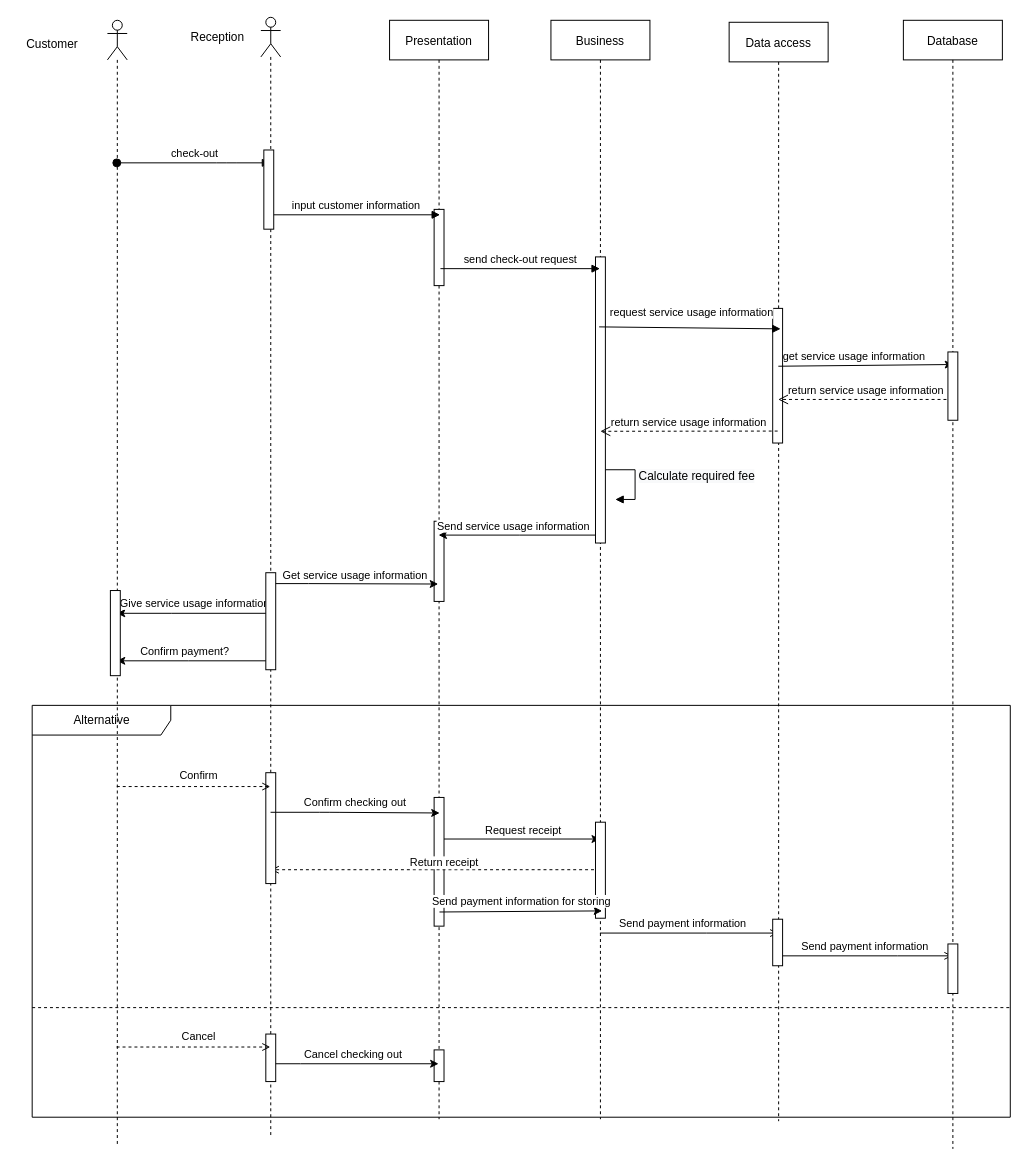
Before: page "Check out" (1 of 4) of Diagram/Sequence Diagram.drawio in jonathanha52/SE104.L23.PMCL, a draw.io diagram. Source tidied: cells renumbered, new cells numbered last; positions are measured from the earlier drawing's top-left corner, leaving out a move shared by most shapes. Both pictures are drawn from the tidied source at 99%, with x=0, y=0 at pixel (17, 17).
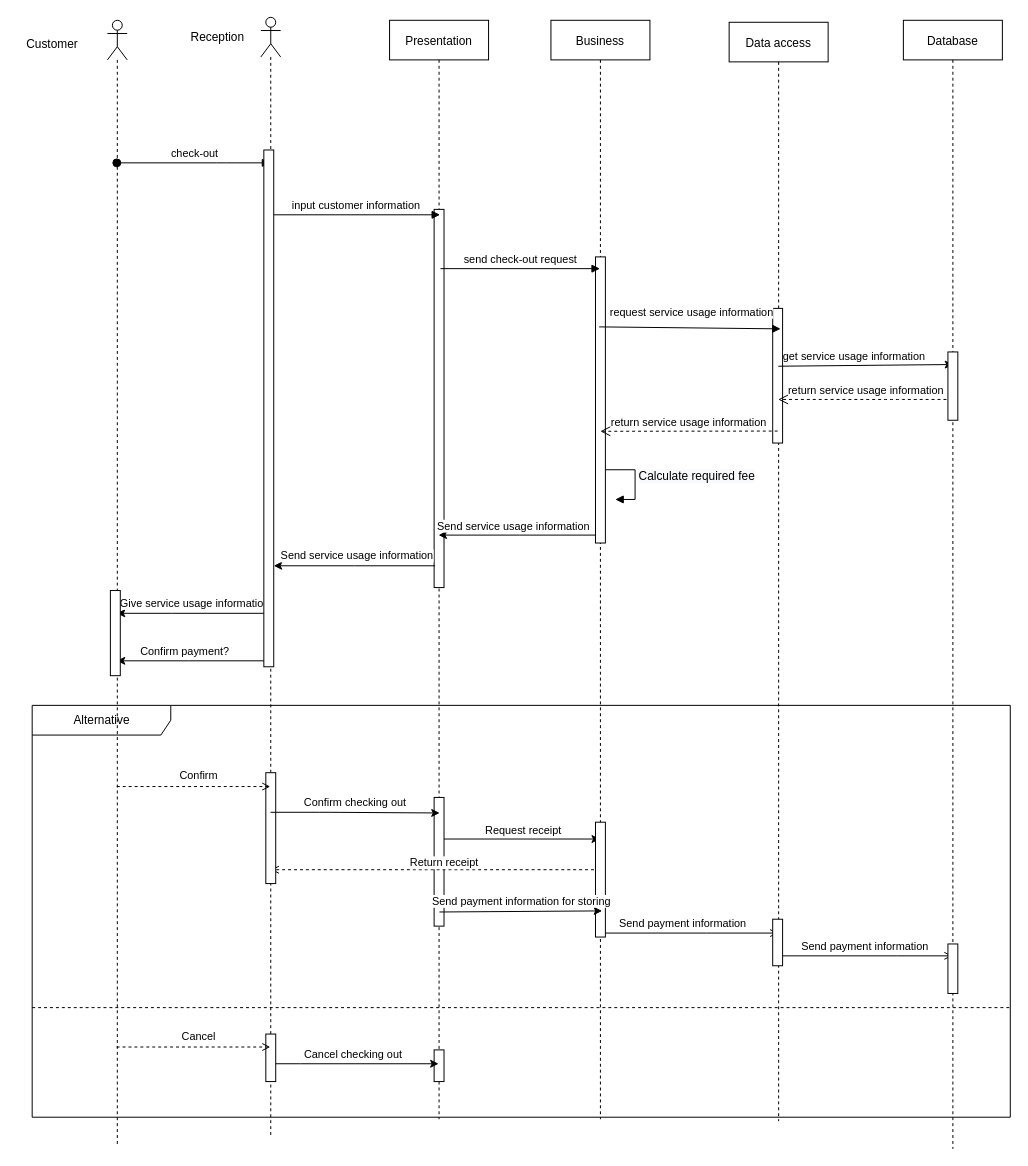
Above is the later version.

Unchanged cells that the change refers to:
```xml
<mxCell id="6" value="Presentation" style="shape=umlLifeline;perimeter=lifelinePerimeter;rounded=0;shadow=0;strokeWidth=1;" parent="1" vertex="1">
  <mxGeometry x="376" y="3" width="100" height="1110" as="geometry" />
</mxCell>
<mxCell id="17" value="Business" style="shape=umlLifeline;perimeter=lifelinePerimeter;rounded=0;shadow=0;strokeWidth=1;" parent="1" vertex="1">
  <mxGeometry x="539" y="3" width="100" height="1110" as="geometry" />
</mxCell>
<mxCell id="43" style="shape=umlLifeline;participant=umlActor;perimeter=lifelinePerimeter;whiteSpace=wrap;html=1;verticalAlign=top;spacingTop=36;outlineConnect=0;fillColor=none;" parent="1" vertex="1">
  <mxGeometry x="246" width="20" height="1130" as="geometry" />
</mxCell>
```

What changed in the source:
```diff
@@
     <mxCell id="7" style="html=1;perimeter=orthogonalPerimeter;" parent="6" vertex="1">
-      <mxGeometry x="45" y="191" width="10" height="77" as="geometry" />
+      <mxGeometry x="45" y="191" width="10" height="382" as="geometry" />
     </mxCell>
-    <mxCell id="8" style="html=1;perimeter=orthogonalPerimeter;" parent="6" vertex="1">
-      <mxGeometry x="45" y="506" width="10" height="81" as="geometry" />
-    </mxCell>
@@
     <mxCell id="20" style="html=1;perimeter=orthogonalPerimeter;" parent="17" vertex="1">
-      <mxGeometry x="45" y="810" width="10" height="97" as="geometry" />
+      <mxGeometry x="45" y="810" width="10" height="116" as="geometry" />
     </mxCell>
@@
-    <mxCell id="35" style="edgeStyle=orthogonalEdgeStyle;rounded=0;jettySize=auto;html=1;entryX=0.491;entryY=0.513;entryDx=0;entryDy=0;entryPerimeter=0;" parent="1" edge="1" source="43" target="6">
-      <mxGeometry relative="1" as="geometry">
-        <Array as="points">
-          <mxPoint x="294" y="572" />
-          <mxPoint x="294" y="572" />
-        </Array>
-      </mxGeometry>
-    </mxCell>
-    <mxCell id="36" value="Get service usage information" style="edgeLabel;html=1;align=center;verticalAlign=middle;" parent="35" vertex="1">
-      <mxGeometry x="-0.18" relative="1" as="geometry">
-        <mxPoint x="15" y="-9" as="offset" />
-      </mxGeometry>
-    </mxCell>
@@
-    <mxCell id="46" style="html=1;perimeter=orthogonalPerimeter;" parent="43" vertex="1">
-      <mxGeometry x="5" y="561" width="10" height="98" as="geometry" />
-    </mxCell>
     <mxCell id="47" style="html=1;perimeter=orthogonalPerimeter;" parent="43" vertex="1">
-      <mxGeometry x="3" y="134" width="10" height="80" as="geometry" />
+      <mxGeometry x="3" y="134" width="10" height="522" as="geometry" />
     </mxCell>
@@
+    <mxCell id="63" style="edgeStyle=orthogonalEdgeStyle;rounded=0;orthogonalLoop=1;jettySize=auto;html=1;" parent="1" edge="1">
+      <mxGeometry relative="1" as="geometry">
+        <mxPoint x="422" y="554" as="sourcePoint" />
+        <mxPoint x="259" y="554" as="targetPoint" />
+        <Array as="points">
+          <mxPoint x="340.5" y="554" />
+          <mxPoint x="340.5" y="554" />
+        </Array>
+      </mxGeometry>
+    </mxCell>
+    <mxCell id="64" value="Send service usage information" style="edgeLabel;html=1;align=center;verticalAlign=middle;" parent="63" vertex="1">
+      <mxGeometry x="-0.18" relative="1" as="geometry">
+        <mxPoint x="-13" y="-11" as="offset" />
+      </mxGeometry>
+    </mxCell>
```
